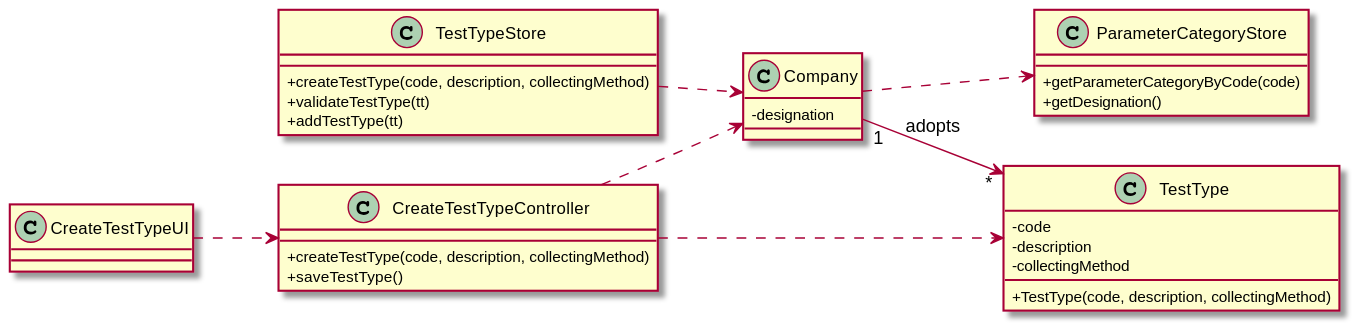
Above: docs/SprintB/US09/US09-CD.svg in 0franciscor/lei-21-s2-1de-g19 (PlantUML), before the change.
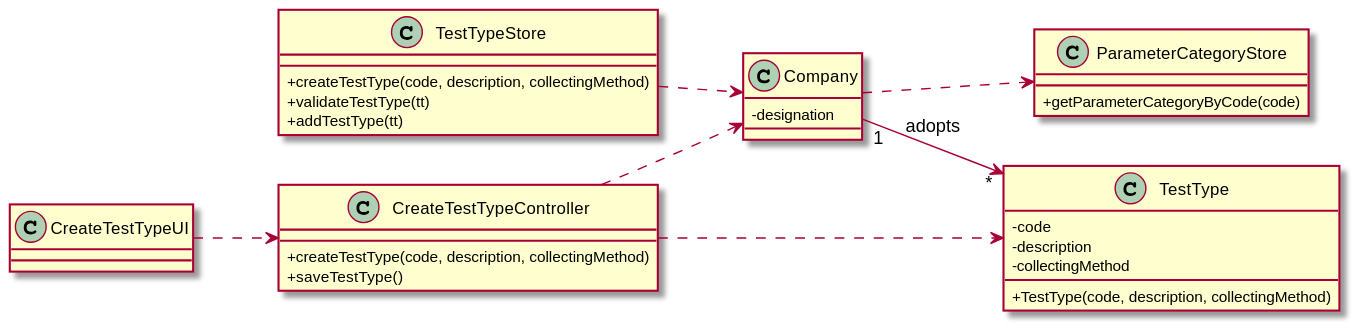
The same diagram one commit later.

Commit message:
Finalização dos diagramas da US9 tendo em conta DTO's e HC-LC, juntamente com ligeiras alterações na US11

What changed in the source:
```diff
@@ -14,7 +14,6 @@
 
 class "ParameterCategoryStore" as PCS{
 +getParameterCategoryByCode(code)
-+getDesignation()
 }
 
 class "TestType" as TT {
```
